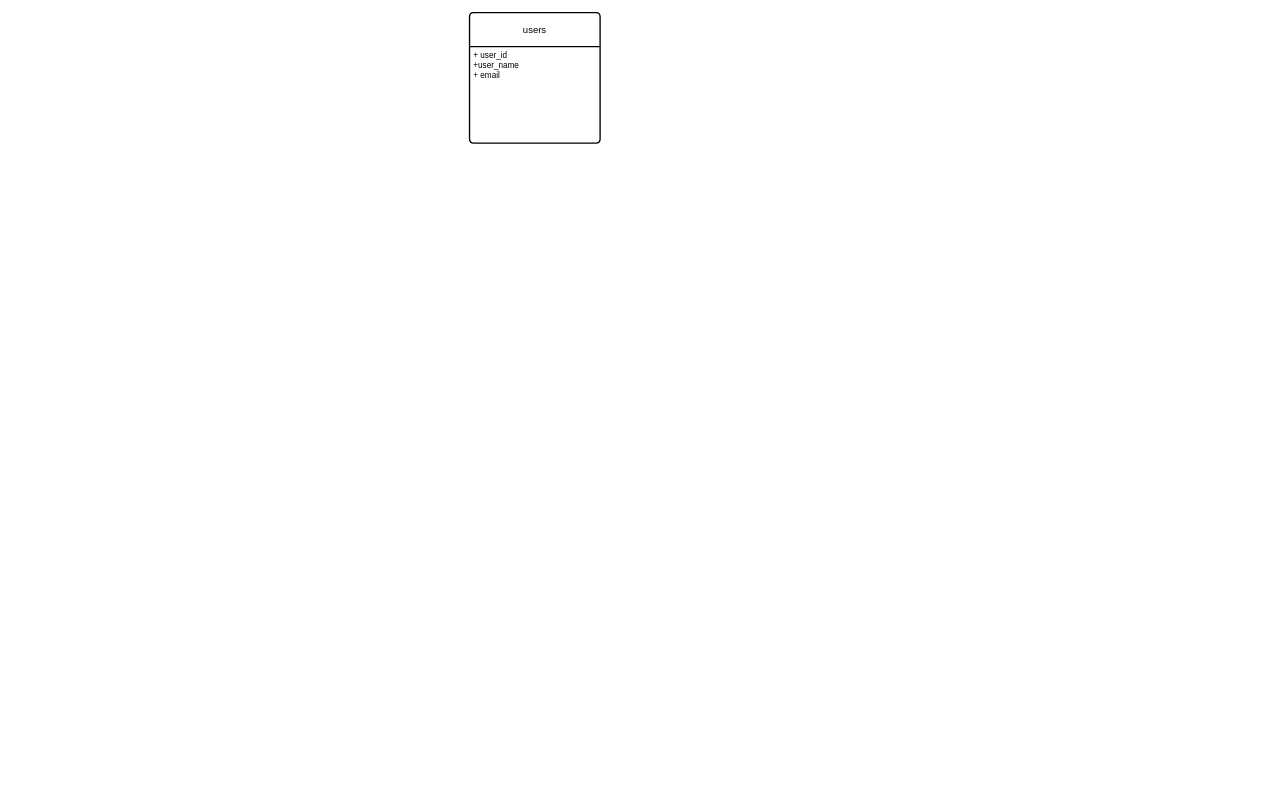
This is extra/pharmacy-management-system.model.drawio from khaled-al-hamwie/pharmacy-management-system-back-v1, a draw.io file, before an edit. Source tidied: cells renumbered, new cells numbered last; positions are measured from the earlier drawing's top-left corner, leaving out a move shared by most shapes. Both pictures are drawn from the tidied source at 68%, with x=0, y=0 at pixel (469, 12).
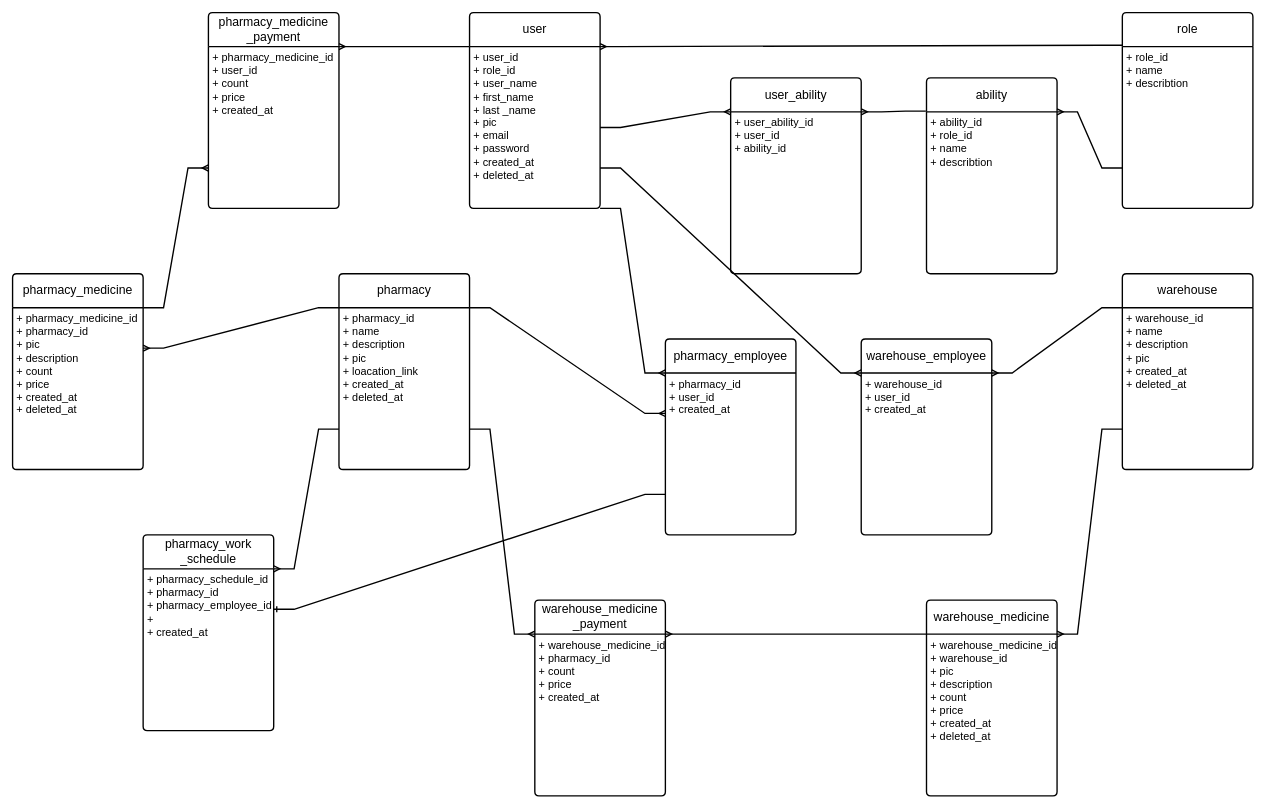
The same page after the edit.

Commit message:
adding the pharmacy medicine and store medicine

Change to the diagram source:
```diff
@@
-    <mxCell id="2" value="users" style="swimlane;horizontal=1;startSize=50;rounded=1;fontSize=14;fontStyle=0;strokeWidth=2;shadow=0;dashed=0;align=center;arcSize=4;whiteSpace=wrap;html=1;" parent="1" vertex="1">
-      <mxGeometry width="192" height="192" as="geometry" />
+    <mxCell id="2" value="&lt;font style=&quot;font-size: 18px;&quot;&gt;user&lt;/font&gt;" style="swimlane;horizontal=1;startSize=50;rounded=1;fontSize=14;fontStyle=0;strokeWidth=2;shadow=0;dashed=0;align=center;arcSize=4;whiteSpace=wrap;html=1;" parent="1" vertex="1">
+      <mxGeometry width="192" height="288" as="geometry" />
     </mxCell>
-    <mxCell id="3" value="+ user_id&lt;br&gt;+user_name&lt;br&gt;+ email&lt;br&gt;" style="align=left;strokeColor=none;fillColor=none;spacingLeft=4;fontSize=12;verticalAlign=top;html=1;" parent="2" vertex="1">
-      <mxGeometry y="50" width="192" height="142" as="geometry" />
+    <mxCell id="3" value="&lt;font style=&quot;font-size: 16px;&quot;&gt;+ user_id&lt;br&gt;+ role_id&lt;br&gt;+ user_name&lt;br&gt;+ first_name&lt;br&gt;+ last _name&lt;br&gt;+ pic&lt;br&gt;+ email&lt;br&gt;+ password&lt;br&gt;+ created_at&lt;br&gt;+ deleted_at&lt;/font&gt;" style="align=left;strokeColor=none;fillColor=none;spacingLeft=4;fontSize=12;verticalAlign=top;html=1;" parent="2" vertex="1">
+      <mxGeometry y="50" width="192" height="238" as="geometry" />
     </mxCell>
+    <mxCell id="4" value="&lt;font style=&quot;font-size: 18px;&quot;&gt;role&lt;/font&gt;" style="swimlane;horizontal=1;startSize=50;rounded=1;fontSize=14;fontStyle=0;strokeWidth=2;shadow=0;dashed=0;align=center;arcSize=4;whiteSpace=wrap;html=1;" parent="1" vertex="1">
+      <mxGeometry x="960" width="192" height="288" as="geometry" />
+    </mxCell>
+    <mxCell id="5" value="&lt;font style=&quot;font-size: 16px;&quot;&gt;+ role_id&lt;br&gt;+ name&lt;br&gt;+ describtion&lt;br&gt;&lt;br&gt;&lt;/font&gt;" style="align=left;strokeColor=none;fillColor=none;spacingLeft=4;fontSize=12;verticalAlign=top;html=1;" parent="4" vertex="1">
+      <mxGeometry y="50" width="192" height="238" as="geometry" />
+    </mxCell>
+    <mxCell id="6" style="edgeStyle=entityRelationEdgeStyle;fontSize=12;html=1;endArrow=ERmany;rounded=0;exitX=0;exitY=0.167;exitDx=0;exitDy=0;exitPerimeter=0;entryX=1;entryY=0;entryDx=0;entryDy=0;strokeWidth=2;" parent="1" edge="1" source="4" target="3">
+      <mxGeometry relative="1" as="geometry" />
+    </mxCell>
+    <mxCell id="7" value="&lt;span style=&quot;font-size: 18px;&quot;&gt;ability&lt;/span&gt;" style="swimlane;horizontal=1;startSize=50;rounded=1;fontSize=14;fontStyle=0;strokeWidth=2;shadow=0;dashed=0;align=center;arcSize=4;whiteSpace=wrap;html=1;" parent="1" vertex="1">
+      <mxGeometry x="672" y="96" width="192" height="288" as="geometry" />
+    </mxCell>
+    <mxCell id="8" value="&lt;font style=&quot;font-size: 16px;&quot;&gt;+ ability_id&lt;br&gt;+ role_id&lt;br&gt;+ name&lt;br&gt;+ describtion&lt;br&gt;&lt;br&gt;&lt;/font&gt;" style="align=left;strokeColor=none;fillColor=none;spacingLeft=4;fontSize=12;verticalAlign=top;html=1;" parent="7" vertex="1">
+      <mxGeometry y="50" width="192" height="238" as="geometry" />
+    </mxCell>
+    <mxCell id="9" value="&lt;span style=&quot;font-size: 18px;&quot;&gt;user_ability&lt;/span&gt;" style="swimlane;horizontal=1;startSize=50;rounded=1;fontSize=14;fontStyle=0;strokeWidth=2;shadow=0;dashed=0;align=center;arcSize=4;whiteSpace=wrap;html=1;" parent="1" vertex="1">
+      <mxGeometry x="384" y="96" width="192" height="288" as="geometry" />
+    </mxCell>
+    <mxCell id="10" value="&lt;font style=&quot;font-size: 16px;&quot;&gt;+ user_ability_id&lt;br&gt;+ user_id&lt;br&gt;+ ability_id&lt;br&gt;&lt;/font&gt;" style="align=left;strokeColor=none;fillColor=none;spacingLeft=4;fontSize=12;verticalAlign=top;html=1;" parent="9" vertex="1">
+      <mxGeometry y="50" width="192" height="238" as="geometry" />
+    </mxCell>
+    <mxCell id="11" style="edgeStyle=entityRelationEdgeStyle;fontSize=12;html=1;endArrow=ERmany;rounded=0;exitX=0;exitY=0.75;exitDx=0;exitDy=0;strokeWidth=2;entryX=1;entryY=0;entryDx=0;entryDy=0;" parent="1" edge="1" source="5" target="8">
+      <mxGeometry relative="1" as="geometry" />
+    </mxCell>
+    <mxCell id="12" style="edgeStyle=entityRelationEdgeStyle;fontSize=12;html=1;endArrow=ERmany;rounded=0;exitX=1;exitY=0.5;exitDx=0;exitDy=0;entryX=0;entryY=0;entryDx=0;entryDy=0;strokeWidth=2;" parent="1" edge="1" source="3" target="10">
+      <mxGeometry relative="1" as="geometry" />
+    </mxCell>
+    <mxCell id="13" value="&lt;span style=&quot;font-size: 18px;&quot;&gt;pharmacy&lt;/span&gt;" style="swimlane;horizontal=1;startSize=50;rounded=1;fontSize=14;fontStyle=0;strokeWidth=2;shadow=0;dashed=0;align=center;arcSize=4;whiteSpace=wrap;html=1;" parent="1" vertex="1">
+      <mxGeometry x="-192" y="384" width="192" height="288" as="geometry" />
+    </mxCell>
+    <mxCell id="14" value="&lt;font style=&quot;font-size: 16px;&quot;&gt;+ pharmacy_id&lt;br&gt;+ name&lt;br&gt;+ description&amp;nbsp;&lt;br&gt;+ pic&lt;br&gt;+ loacation_link&lt;br&gt;+ created_at&lt;br&gt;+ deleted_at&lt;br&gt;&lt;/font&gt;" style="align=left;strokeColor=none;fillColor=none;spacingLeft=4;fontSize=12;verticalAlign=top;html=1;" parent="13" vertex="1">
+      <mxGeometry y="50" width="192" height="238" as="geometry" />
+    </mxCell>
+    <mxCell id="15" style="edgeStyle=entityRelationEdgeStyle;fontSize=12;html=1;endArrow=ERmany;rounded=0;exitX=-0.005;exitY=0.17;exitDx=0;exitDy=0;entryX=1;entryY=0;entryDx=0;entryDy=0;strokeWidth=2;exitPerimeter=0;" parent="1" edge="1" source="7" target="10">
+      <mxGeometry relative="1" as="geometry">
+        <Array as="points">
+          <mxPoint x="624" y="264" />
+        </Array>
+      </mxGeometry>
+    </mxCell>
+    <mxCell id="16" value="&lt;span style=&quot;font-size: 18px;&quot;&gt;pharmacy_employee&lt;/span&gt;" style="swimlane;horizontal=1;startSize=50;rounded=1;fontSize=14;fontStyle=0;strokeWidth=2;shadow=0;dashed=0;align=center;arcSize=4;whiteSpace=wrap;html=1;" parent="1" vertex="1">
+      <mxGeometry x="288" y="480" width="192" height="288" as="geometry" />
+    </mxCell>
+    <mxCell id="17" value="&lt;font style=&quot;font-size: 16px;&quot;&gt;+ pharmacy_id&lt;br&gt;+ user_id&lt;br&gt;+ created_at&lt;br&gt;&lt;/font&gt;" style="align=left;strokeColor=none;fillColor=none;spacingLeft=4;fontSize=12;verticalAlign=top;html=1;" parent="16" vertex="1">
+      <mxGeometry y="50" width="192" height="238" as="geometry" />
+    </mxCell>
+    <mxCell id="18" style="edgeStyle=entityRelationEdgeStyle;fontSize=12;html=1;endArrow=ERmany;rounded=0;exitX=1;exitY=0;exitDx=0;exitDy=0;entryX=0;entryY=0.25;entryDx=0;entryDy=0;strokeWidth=2;" parent="1" edge="1" source="14" target="17">
+      <mxGeometry relative="1" as="geometry" />
+    </mxCell>
+    <mxCell id="19" value="&lt;span style=&quot;font-size: 18px;&quot;&gt;warehouse&lt;/span&gt;" style="swimlane;horizontal=1;startSize=50;rounded=1;fontSize=14;fontStyle=0;strokeWidth=2;shadow=0;dashed=0;align=center;arcSize=4;whiteSpace=wrap;html=1;" parent="1" vertex="1">
+      <mxGeometry x="960" y="384" width="192" height="288" as="geometry" />
+    </mxCell>
+    <mxCell id="20" value="&lt;font style=&quot;font-size: 16px;&quot;&gt;+ warehouse_id&lt;br&gt;+ name&lt;br&gt;+ description&amp;nbsp;&lt;br&gt;+ pic&lt;br&gt;+ created_at&lt;br&gt;+ deleted_at&lt;br&gt;&lt;/font&gt;" style="align=left;strokeColor=none;fillColor=none;spacingLeft=4;fontSize=12;verticalAlign=top;html=1;" parent="19" vertex="1">
+      <mxGeometry y="50" width="192" height="238" as="geometry" />
+    </mxCell>
+    <mxCell id="21" value="&lt;span style=&quot;font-size: 18px;&quot;&gt;warehouse_employee&lt;/span&gt;" style="swimlane;horizontal=1;startSize=50;rounded=1;fontSize=14;fontStyle=0;strokeWidth=2;shadow=0;dashed=0;align=center;arcSize=4;whiteSpace=wrap;html=1;" parent="1" vertex="1">
+      <mxGeometry x="576" y="480" width="192" height="288" as="geometry" />
+    </mxCell>
+    <mxCell id="22" value="&lt;font style=&quot;font-size: 16px;&quot;&gt;+ warehouse_id&lt;br&gt;+ user_id&lt;br&gt;+ created_at&lt;br&gt;&lt;/font&gt;" style="align=left;strokeColor=none;fillColor=none;spacingLeft=4;fontSize=12;verticalAlign=top;html=1;" parent="21" vertex="1">
+      <mxGeometry y="50" width="192" height="238" as="geometry" />
+    </mxCell>
+    <mxCell id="23" style="edgeStyle=entityRelationEdgeStyle;fontSize=12;html=1;endArrow=ERmany;rounded=0;exitX=1;exitY=0.75;exitDx=0;exitDy=0;entryX=0;entryY=0;entryDx=0;entryDy=0;strokeWidth=2;" parent="1" edge="1" source="3" target="22">
+      <mxGeometry relative="1" as="geometry" />
+    </mxCell>
+    <mxCell id="24" style="edgeStyle=entityRelationEdgeStyle;fontSize=12;html=1;endArrow=ERmany;rounded=0;exitX=0;exitY=0;exitDx=0;exitDy=0;entryX=1;entryY=0;entryDx=0;entryDy=0;strokeWidth=2;" parent="1" edge="1" source="20" target="22">
+      <mxGeometry relative="1" as="geometry" />
+    </mxCell>
+    <mxCell id="25" style="edgeStyle=entityRelationEdgeStyle;fontSize=12;html=1;endArrow=ERmany;rounded=0;exitX=0;exitY=0.75;exitDx=0;exitDy=0;entryX=1;entryY=0;entryDx=0;entryDy=0;strokeWidth=2;" parent="1" edge="1" source="20" target="27">
+      <mxGeometry relative="1" as="geometry" />
+    </mxCell>
+    <mxCell id="26" value="&lt;span style=&quot;font-size: 18px;&quot;&gt;warehouse_medicine&lt;/span&gt;" style="swimlane;horizontal=1;startSize=50;rounded=1;fontSize=14;fontStyle=0;strokeWidth=2;shadow=0;dashed=0;align=center;arcSize=4;whiteSpace=wrap;html=1;" parent="1" vertex="1">
+      <mxGeometry x="672" y="864" width="192" height="288" as="geometry" />
+    </mxCell>
+    <mxCell id="27" value="&lt;font style=&quot;font-size: 16px;&quot;&gt;+ warehouse_medicine_id&amp;nbsp;&lt;br&gt;+ warehouse_id&lt;br&gt;+ pic&lt;br&gt;+ description&lt;br&gt;+ count&lt;br&gt;+ price&lt;br&gt;+ created_at&lt;br&gt;+ deleted_at&lt;br&gt;&lt;/font&gt;" style="align=left;strokeColor=none;fillColor=none;spacingLeft=4;fontSize=12;verticalAlign=top;html=1;" parent="26" vertex="1">
+      <mxGeometry y="50" width="192" height="238" as="geometry" />
+    </mxCell>
+    <mxCell id="28" value="&lt;span style=&quot;font-size: 18px;&quot;&gt;pharmacy_medicine&lt;/span&gt;" style="swimlane;horizontal=1;startSize=50;rounded=1;fontSize=14;fontStyle=0;strokeWidth=2;shadow=0;dashed=0;align=center;arcSize=4;whiteSpace=wrap;html=1;" parent="1" vertex="1">
+      <mxGeometry x="-672" y="384" width="192" height="288" as="geometry" />
+    </mxCell>
+    <mxCell id="29" value="&lt;font style=&quot;font-size: 16px;&quot;&gt;+ pharmacy_medicine_id&amp;nbsp;&lt;br&gt;+ pharmacy_id&lt;br&gt;+ pic&lt;br&gt;+ description&lt;br&gt;+ count&lt;br&gt;+ price&lt;br&gt;+ created_at&lt;br&gt;+ deleted_at&lt;br&gt;&lt;/font&gt;" style="align=left;strokeColor=none;fillColor=none;spacingLeft=4;fontSize=12;verticalAlign=top;html=1;" parent="28" vertex="1">
+      <mxGeometry y="50" width="192" height="238" as="geometry" />
+    </mxCell>
+    <mxCell id="30" style="edgeStyle=entityRelationEdgeStyle;fontSize=12;html=1;endArrow=ERmany;rounded=0;exitX=0;exitY=0;exitDx=0;exitDy=0;entryX=1;entryY=0.25;entryDx=0;entryDy=0;strokeWidth=2;" parent="1" edge="1" source="14" target="29">
+      <mxGeometry relative="1" as="geometry" />
+    </mxCell>
+    <mxCell id="31" value="&lt;font style=&quot;font-size: 18px;&quot;&gt;warehouse_medicine&lt;br&gt;_payment&lt;br&gt;&lt;/font&gt;" style="swimlane;horizontal=1;startSize=50;rounded=1;fontSize=14;fontStyle=0;strokeWidth=2;shadow=0;dashed=0;align=center;arcSize=4;whiteSpace=wrap;html=1;" parent="1" vertex="1">
+      <mxGeometry x="96" y="864" width="192" height="288" as="geometry" />
+    </mxCell>
+    <mxCell id="32" value="&lt;font style=&quot;font-size: 16px;&quot;&gt;+ warehouse_medicine_id&amp;nbsp;&lt;br&gt;+ pharmacy_id&lt;br&gt;+ count&lt;br&gt;+ price&amp;nbsp;&lt;br&gt;+ created_at&lt;br&gt;&lt;/font&gt;" style="align=left;strokeColor=none;fillColor=none;spacingLeft=4;fontSize=12;verticalAlign=top;html=1;" parent="31" vertex="1">
+      <mxGeometry y="50" width="192" height="238" as="geometry" />
+    </mxCell>
+    <mxCell id="33" style="edgeStyle=entityRelationEdgeStyle;fontSize=12;html=1;endArrow=ERmany;rounded=0;exitX=1;exitY=0.75;exitDx=0;exitDy=0;entryX=0;entryY=0;entryDx=0;entryDy=0;strokeWidth=2;" parent="1" edge="1" source="14" target="32">
+      <mxGeometry relative="1" as="geometry" />
+    </mxCell>
+    <mxCell id="34" style="edgeStyle=entityRelationEdgeStyle;fontSize=12;html=1;endArrow=ERmany;rounded=0;entryX=1;entryY=0;entryDx=0;entryDy=0;strokeWidth=2;exitX=0;exitY=0;exitDx=0;exitDy=0;" parent="1" edge="1" source="27" target="32">
+      <mxGeometry relative="1" as="geometry" />
+    </mxCell>
+    <mxCell id="35" value="&lt;font style=&quot;font-size: 18px;&quot;&gt;pharmacy_medicine&lt;br&gt;_payment&lt;br&gt;&lt;/font&gt;" style="swimlane;horizontal=1;startSize=50;rounded=1;fontSize=14;fontStyle=0;strokeWidth=2;shadow=0;dashed=0;align=center;arcSize=4;whiteSpace=wrap;html=1;" parent="1" vertex="1">
+      <mxGeometry x="-384" width="192" height="288" as="geometry" />
+    </mxCell>
+    <mxCell id="36" value="&lt;font style=&quot;font-size: 16px;&quot;&gt;+ pharmacy_medicine_id&amp;nbsp;&lt;br&gt;+ user_id&lt;br&gt;+ count&lt;br&gt;+ price&amp;nbsp;&lt;br&gt;+ created_at&lt;br&gt;&lt;/font&gt;" style="align=left;strokeColor=none;fillColor=none;spacingLeft=4;fontSize=12;verticalAlign=top;html=1;" parent="35" vertex="1">
+      <mxGeometry y="50" width="192" height="238" as="geometry" />
+    </mxCell>
+    <mxCell id="37" style="edgeStyle=entityRelationEdgeStyle;fontSize=12;html=1;endArrow=ERmany;rounded=0;exitX=1;exitY=0;exitDx=0;exitDy=0;entryX=0;entryY=0.75;entryDx=0;entryDy=0;strokeWidth=2;" parent="1" edge="1" source="29" target="36">
+      <mxGeometry relative="1" as="geometry" />
+    </mxCell>
+    <mxCell id="38" style="edgeStyle=entityRelationEdgeStyle;fontSize=12;html=1;endArrow=ERmany;rounded=0;exitX=0;exitY=0;exitDx=0;exitDy=0;entryX=1;entryY=0;entryDx=0;entryDy=0;strokeWidth=2;" parent="1" edge="1" source="3" target="36">
+      <mxGeometry relative="1" as="geometry" />
+    </mxCell>
+    <mxCell id="39" value="&lt;span style=&quot;font-size: 18px;&quot;&gt;pharmacy_work&lt;br&gt;_schedule&lt;/span&gt;" style="swimlane;horizontal=1;startSize=50;rounded=1;fontSize=14;fontStyle=0;strokeWidth=2;shadow=0;dashed=0;align=center;arcSize=4;whiteSpace=wrap;html=1;" parent="1" vertex="1">
+      <mxGeometry x="-480" y="768" width="192" height="288" as="geometry" />
+    </mxCell>
+    <mxCell id="40" value="&lt;font style=&quot;font-size: 16px;&quot;&gt;+ pharmacy_schedule_id&lt;br&gt;+ pharmacy_id&lt;br&gt;+ pharmacy_employee_id&lt;br&gt;+&amp;nbsp;&lt;br&gt;+ created_at&lt;br&gt;&lt;/font&gt;" style="align=left;strokeColor=none;fillColor=none;spacingLeft=4;fontSize=12;verticalAlign=top;html=1;" parent="39" vertex="1">
+      <mxGeometry y="50" width="192" height="238" as="geometry" />
+    </mxCell>
+    <mxCell id="41" style="edgeStyle=entityRelationEdgeStyle;fontSize=12;html=1;endArrow=ERmany;rounded=0;exitX=1;exitY=1;exitDx=0;exitDy=0;entryX=0;entryY=0;entryDx=0;entryDy=0;strokeWidth=2;" parent="1" edge="1" source="3" target="17">
+      <mxGeometry relative="1" as="geometry" />
+    </mxCell>
+    <mxCell id="42" style="edgeStyle=entityRelationEdgeStyle;fontSize=12;html=1;endArrow=ERone;endFill=1;rounded=0;exitX=0;exitY=0.75;exitDx=0;exitDy=0;entryX=1;entryY=0.25;entryDx=0;entryDy=0;strokeWidth=2;" parent="1" edge="1" source="17" target="40">
+      <mxGeometry relative="1" as="geometry" />
+    </mxCell>
+    <mxCell id="43" style="edgeStyle=entityRelationEdgeStyle;fontSize=12;html=1;endArrow=ERmany;rounded=0;exitX=0;exitY=0.75;exitDx=0;exitDy=0;entryX=1;entryY=0;entryDx=0;entryDy=0;strokeWidth=2;" parent="1" edge="1" source="14" target="40">
+      <mxGeometry relative="1" as="geometry" />
+    </mxCell>
```
